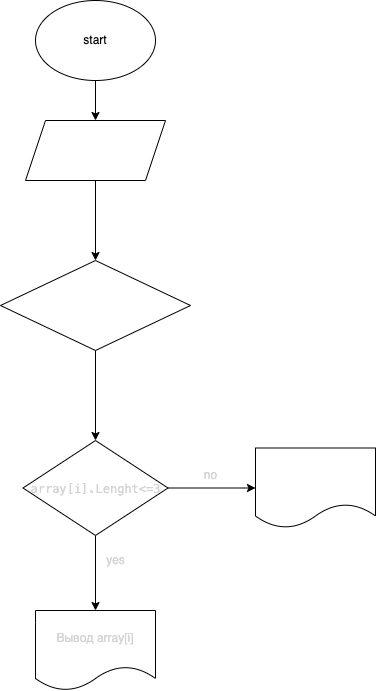
Above: drawio.png in mrnn-s/finalKR (draw.io), before the change. Source tidied: cells renumbered, new cells last; positions are measured from the earlier drawing's top-left corner, leaving out a move shared by most shapes.
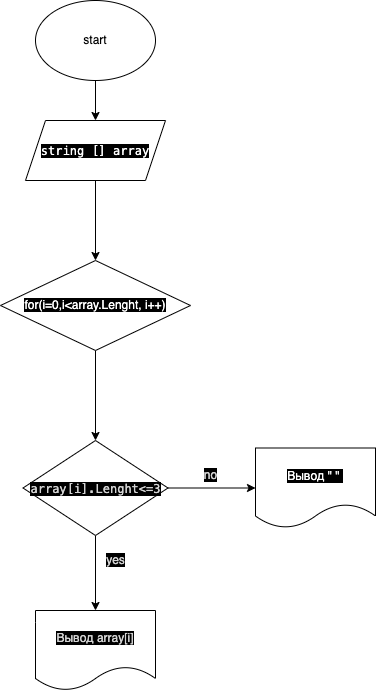
The same file after the commit.

What changed in the source:
```diff
@@ -13,13 +13,13 @@
         <mxPoint x="95" y="260" as="targetPoint" />
       </mxGeometry>
     </mxCell>
-    <mxCell id="5" value="&lt;div style=&quot;font-family: Menlo, Monaco, &amp;quot;Courier New&amp;quot;, monospace; font-weight: normal; font-size: 12px; line-height: 18px;&quot;&gt;&lt;div style=&quot;&quot;&gt;&lt;font style=&quot;&quot; color=&quot;#ffffff&quot;&gt;string [] array&lt;/font&gt;&lt;/div&gt;&lt;/div&gt;" style="shape=parallelogram;perimeter=parallelogramPerimeter;whiteSpace=wrap;html=1;fixedSize=1;" parent="1" vertex="1">
+    <mxCell id="5" value="&lt;div style=&quot;font-family: Menlo, Monaco, &amp;quot;Courier New&amp;quot;, monospace; font-weight: normal; font-size: 12px; line-height: 18px;&quot;&gt;&lt;div style=&quot;&quot;&gt;&lt;font style=&quot;background-color: rgb(0, 0, 0);&quot; color=&quot;#ffffff&quot;&gt;string [] array&lt;/font&gt;&lt;/div&gt;&lt;/div&gt;" style="shape=parallelogram;perimeter=parallelogramPerimeter;whiteSpace=wrap;html=1;fixedSize=1;" parent="1" vertex="1">
       <mxGeometry x="25" y="120" width="140" height="60" as="geometry" />
     </mxCell>
     <mxCell id="6" style="edgeStyle=orthogonalEdgeStyle;rounded=0;jettySize=auto;html=1;fontColor=#FFFFFF;" parent="1" edge="1" source="7" target="10">
       <mxGeometry relative="1" as="geometry" />
     </mxCell>
-    <mxCell id="7" value="&lt;span style=&quot;color: rgb(255, 255, 255); font-family: Helvetica; font-size: 12px; font-style: normal; font-variant-ligatures: normal; font-variant-caps: normal; font-weight: 400; letter-spacing: normal; orphans: 2; text-align: center; text-indent: 0px; text-transform: none; widows: 2; word-spacing: 0px; -webkit-text-stroke-width: 0px; text-decoration-thickness: initial; text-decoration-style: initial; text-decoration-color: initial; float: none; display: inline !important;&quot;&gt;for(i=0,i&amp;lt;array.Lenght, i++)&lt;/span&gt;" style="rhombus;whiteSpace=wrap;html=1;labelBackgroundColor=none;fontColor=#FFFFFF;" parent="1" vertex="1">
+    <mxCell id="7" value="&lt;span style=&quot;color: rgb(255, 255, 255); font-family: Helvetica; font-size: 12px; font-style: normal; font-variant-ligatures: normal; font-variant-caps: normal; font-weight: 400; letter-spacing: normal; orphans: 2; text-align: center; text-indent: 0px; text-transform: none; widows: 2; word-spacing: 0px; -webkit-text-stroke-width: 0px; text-decoration-thickness: initial; text-decoration-style: initial; text-decoration-color: initial; float: none; display: inline !important; background-color: rgb(0, 0, 0);&quot;&gt;for(i=0,i&amp;lt;array.Lenght, i++)&lt;/span&gt;" style="rhombus;whiteSpace=wrap;html=1;labelBackgroundColor=none;fontColor=#FFFFFF;" parent="1" vertex="1">
       <mxGeometry y="260" width="190" height="90" as="geometry" />
     </mxCell>
     <mxCell id="8" style="edgeStyle=orthogonalEdgeStyle;rounded=0;jettySize=auto;html=1;exitX=1;exitY=0.5;exitDx=0;exitDy=0;entryX=0;entryY=0.5;entryDx=0;entryDy=0;fontColor=#D4D4D4;" parent="1" edge="1" source="10" target="11">
@@ -30,19 +30,19 @@
         <mxPoint x="95" y="610" as="targetPoint" />
       </mxGeometry>
     </mxCell>
-    <mxCell id="10" value="&lt;div style=&quot;font-family: Menlo, Monaco, &amp;quot;Courier New&amp;quot;, monospace; font-weight: normal; font-size: 12px; line-height: 18px;&quot;&gt;&lt;div style=&quot;&quot;&gt;&lt;font color=&quot;#d4d4d4&quot;&gt;array[i].Lenght&amp;lt;=3&lt;/font&gt;&lt;/div&gt;&lt;/div&gt;" style="rhombus;whiteSpace=wrap;html=1;fontColor=#FFFFFF;labelBackgroundColor=none;" parent="1" vertex="1">
+    <mxCell id="10" value="&lt;div style=&quot;font-family: Menlo, Monaco, &amp;quot;Courier New&amp;quot;, monospace; font-weight: normal; font-size: 12px; line-height: 18px;&quot;&gt;&lt;div style=&quot;&quot;&gt;&lt;font style=&quot;background-color: rgb(0, 0, 0);&quot; color=&quot;#d4d4d4&quot;&gt;array[i].Lenght&amp;lt;=3&lt;/font&gt;&lt;/div&gt;&lt;/div&gt;" style="rhombus;whiteSpace=wrap;html=1;fontColor=#FFFFFF;labelBackgroundColor=none;" parent="1" vertex="1">
       <mxGeometry x="22.5" y="440" width="145" height="95" as="geometry" />
     </mxCell>
-    <mxCell id="11" value="Вывод &quot; &quot;&amp;nbsp;" style="shape=document;whiteSpace=wrap;html=1;boundedLbl=1;fontColor=#FFFFFF;labelBackgroundColor=none;" parent="1" vertex="1">
+    <mxCell id="11" value="&lt;span style=&quot;background-color: rgb(0, 0, 0);&quot;&gt;Вывод &quot; &quot;&amp;nbsp;&lt;/span&gt;" style="shape=document;whiteSpace=wrap;html=1;boundedLbl=1;fontColor=#FFFFFF;labelBackgroundColor=none;" parent="1" vertex="1">
       <mxGeometry x="255" y="447.5" width="120" height="80" as="geometry" />
     </mxCell>
-    <mxCell id="12" value="Вывод array[i]" style="shape=document;whiteSpace=wrap;html=1;boundedLbl=1;labelBackgroundColor=none;fontColor=#D4D4D4;" parent="1" vertex="1">
+    <mxCell id="12" value="&lt;span style=&quot;background-color: rgb(0, 0, 0);&quot;&gt;Вывод array[i]&lt;/span&gt;" style="shape=document;whiteSpace=wrap;html=1;boundedLbl=1;labelBackgroundColor=none;fontColor=#D4D4D4;" parent="1" vertex="1">
       <mxGeometry x="35" y="610" width="120" height="80" as="geometry" />
     </mxCell>
-    <mxCell id="13" value="no" style="text;html=1;align=center;verticalAlign=middle;strokeColor=none;fillColor=none;fontColor=#D4D4D4;labelBackgroundColor=none;" parent="1" vertex="1">
+    <mxCell id="13" value="&lt;span style=&quot;background-color: rgb(0, 0, 0);&quot;&gt;no&lt;/span&gt;" style="text;html=1;align=center;verticalAlign=middle;strokeColor=none;fillColor=none;fontColor=#D4D4D4;labelBackgroundColor=none;" parent="1" vertex="1">
       <mxGeometry x="190" y="460" width="40" height="30" as="geometry" />
     </mxCell>
-    <mxCell id="14" value="yes" style="text;html=1;align=center;verticalAlign=middle;strokeColor=none;fillColor=none;fontColor=#D4D4D4;" parent="1" vertex="1">
+    <mxCell id="14" value="&lt;span style=&quot;background-color: rgb(0, 0, 0);&quot;&gt;yes&lt;/span&gt;" style="text;html=1;align=center;verticalAlign=middle;strokeColor=none;fillColor=none;fontColor=#D4D4D4;" parent="1" vertex="1">
       <mxGeometry x="95" y="545" width="40" height="30" as="geometry" />
     </mxCell>
   </root>
```
